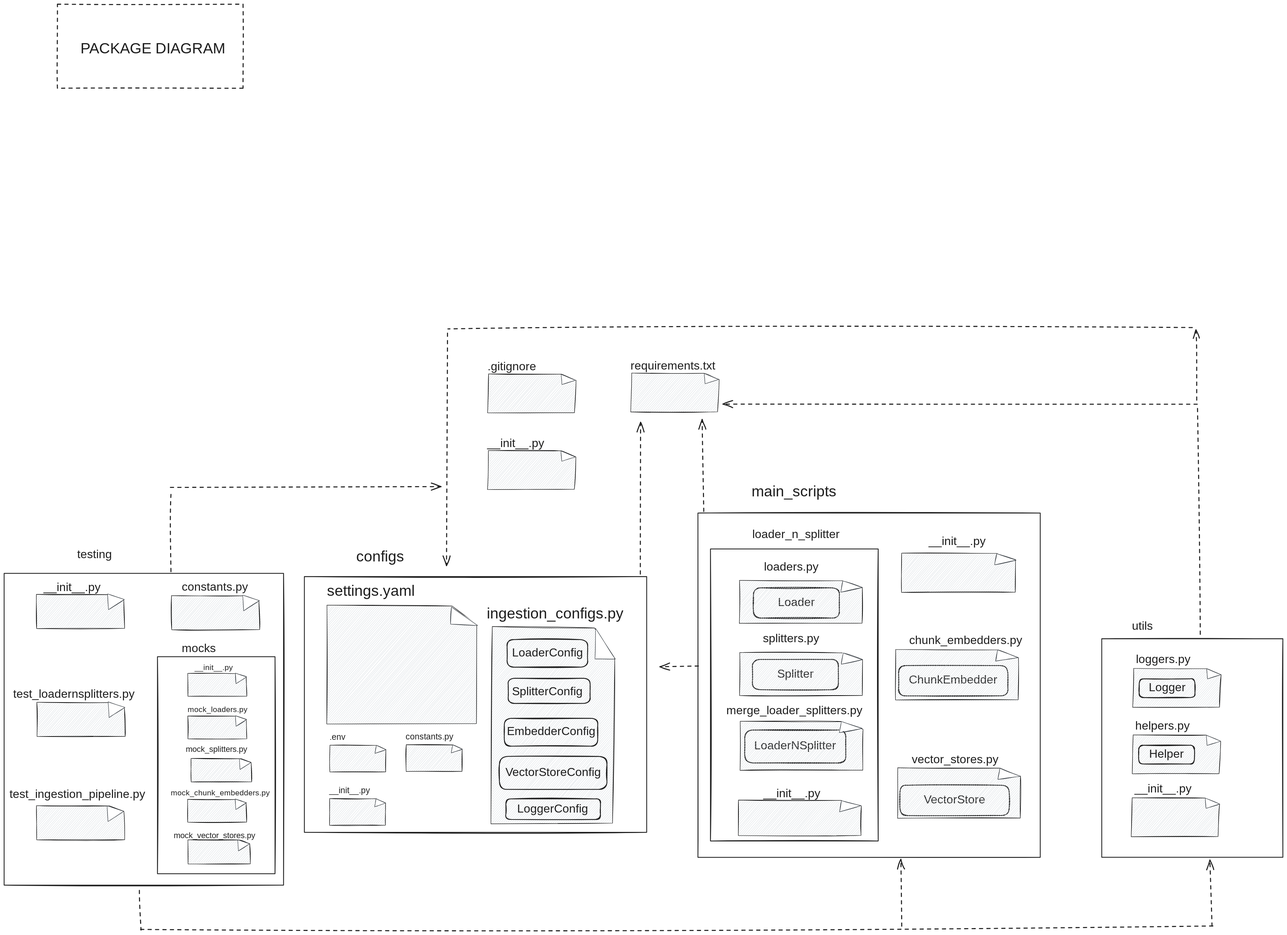
Before: docs/ingestion/package_dia.svg, a diagram exported from Excalidraw (S-a-t-y-aa-y-t-a-S/simple_rag). Source tidied: one line per element, renumbered; positions are measured from the earlier drawing's top-left corner, leaving out a move shared by most shapes.
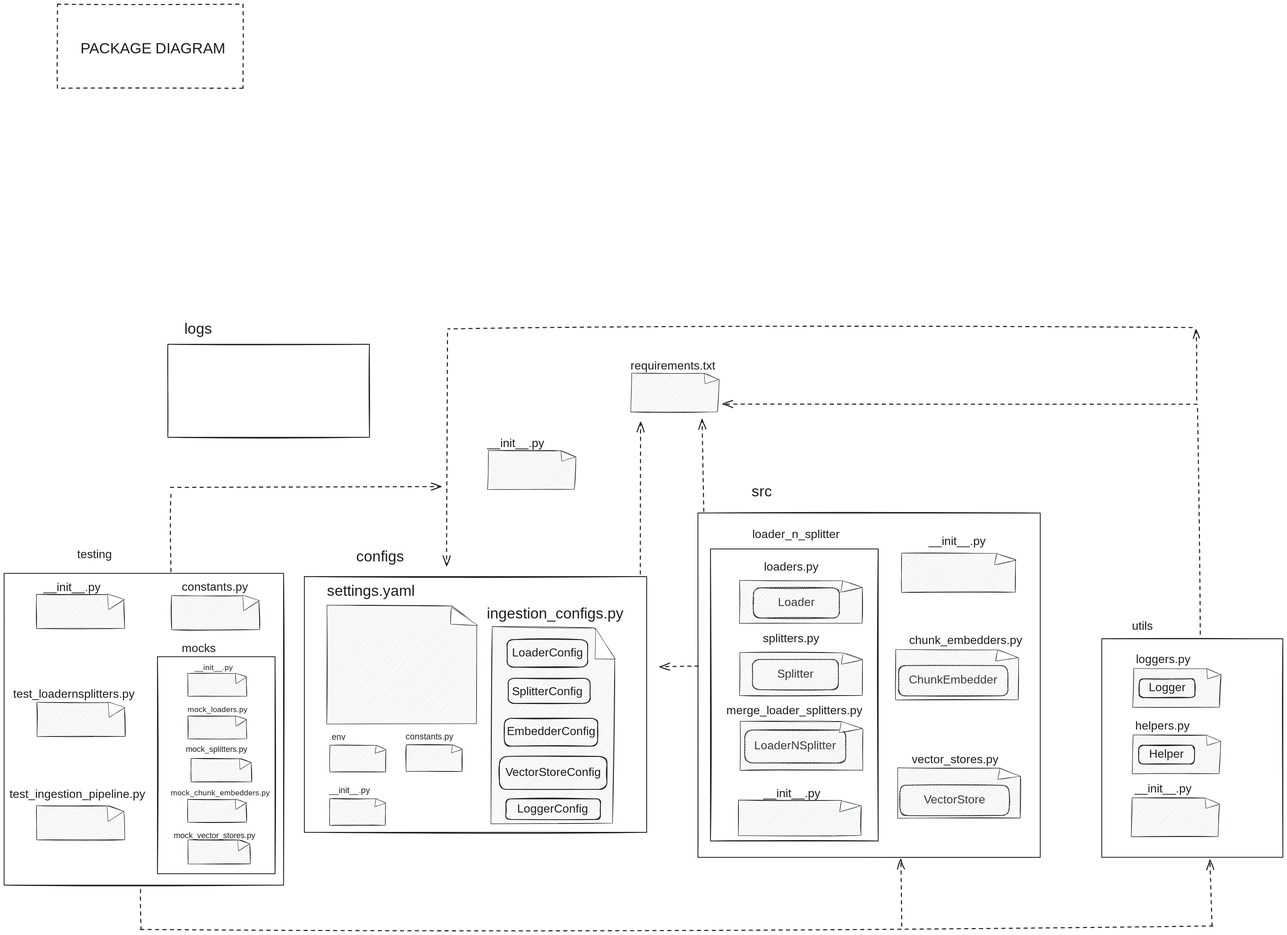
The same file after the commit.

What changed in the source:
```diff
@@ -12,7 +12,7 @@
 {"id": 11, "type": "line", "strokeColor": "#343a40", "backgroundColor": "white", "fillStyle": "solid", "strokeWidth": 1, "roughness": 1, "x": 290, "y": 1958, "width": 41, "height": 38, "points": [[0, 0], [-38, 25], [-41, -14], [0, 0]]}
 {"id": 12, "type": "line", "strokeColor": "#343a40", "backgroundColor": "white", "fillStyle": "solid", "strokeWidth": 1, "roughness": 1, "x": 595, "y": 2037, "width": 29, "height": 27, "points": [[0, 0], [-27, 17], [-29, -10], [0, 0]]}
 {"id": 13, "type": "rectangle", "strokeColor": "#1e1e1e", "strokeWidth": 2, "roughness": 1, "x": 1682, "y": 1235, "width": 830, "height": 835}
-{"id": 14, "type": "text", "text": "main_scripts\n", "strokeColor": "#1e1e1e", "strokeWidth": 2, "roughness": 1, "fontSize": 36, "fontFamily": 5, "x": 1812, "y": 1163, "width": 217, "height": 90}
+{"id": 14, "type": "text", "text": "src", "strokeColor": "#1e1e1e", "strokeWidth": 2, "roughness": 1, "fontSize": 36, "fontFamily": 5, "x": 1812, "y": 1163, "width": 53, "height": 45}
 {"id": 15, "type": "rectangle", "strokeColor": "#1e1e1e", "strokeWidth": 2, "roughness": 1, "x": 1713, "y": 1322, "width": 407, "height": 708}
 {"id": 16, "type": "text", "text": "loader_n_splitter", "strokeColor": "#1e1e1e", "strokeWidth": 2, "roughness": 1, "fontSize": 28, "fontFamily": 5, "x": 1814, "y": 1271, "width": 236, "height": 35}
 {"id": 17, "type": "text", "text": "__init__.py", "strokeColor": "#1e1e1e", "strokeWidth": 2, "roughness": 1, "fontSize": 28, "fontFamily": 5, "x": 1841, "y": 1899, "width": 156, "height": 35}
@@ -78,7 +78,7 @@
 {"id": 77, "type": "line", "strokeColor": "#000000", "backgroundColor": "#ced4da", "fillStyle": "hachure", "strokeWidth": 1, "roughness": 1, "x": 1519, "y": 989, "width": 214, "height": 95, "points": [[0, 0], [211, 0], [214, -79], [179, -94], [2, -95], [0, 0]]}
 {"id": 78, "type": "line", "strokeColor": "#343a40", "backgroundColor": "white", "fillStyle": "solid", "strokeWidth": 1, "roughness": 1, "x": 1732, "y": 911, "width": 35, "height": 25, "points": [[0, 0], [-33, 10], [-35, -15], [0, 0]]}
 {"id": 79, "type": "text", "text": "requirements.txt", "strokeColor": "#1e1e1e", "strokeWidth": 2, "strokeStyle": "dashed", "roughness": 1, "fontSize": 28, "fontFamily": 5, "x": 1519, "y": 862, "width": 224, "height": 35}
-{"id": 80, "type": "line", "strokeColor": "#1e1e1e", "strokeWidth": 2, "strokeStyle": "dashed", "roughness": 1, "x": 328, "y": 2150, "width": 4, "height": 96, "points": [[0, 0], [4, 96]]}
+{"id": 80, "type": "line", "strokeColor": "#1e1e1e", "strokeWidth": 2, "strokeStyle": "dashed", "roughness": 1, "x": 331, "y": 2148, "width": 1, "height": 98, "points": [[0, 0], [1, 98]]}
 {"id": 81, "type": "line", "strokeColor": "#1e1e1e", "strokeWidth": 2, "strokeStyle": "dashed", "roughness": 1, "x": 331, "y": 2245, "width": 2603, "height": 8, "points": [[0, 0], [2603, -8]]}
 {"id": 82, "type": "arrow", "strokeColor": "#1e1e1e", "strokeWidth": 2, "strokeStyle": "dashed", "roughness": 1, "endArrowhead": "arrow", "round": true, "to": 70, "x": 2929, "y": 2236, "width": 4, "height": 161, "points": [[0, 0], [-4, -161]]}
 {"id": 83, "type": "arrow", "strokeColor": "#1e1e1e", "strokeWidth": 2, "strokeStyle": "dashed", "roughness": 1, "endArrowhead": "arrow", "round": true, "x": 1075, "y": 798, "width": 3, "height": 563, "points": [[0, 0], [-3, 563]]}
@@ -125,9 +125,8 @@
 {"id": 124, "type": "text", "text": "constants.py", "strokeColor": "#1e1e1e", "strokeWidth": 2, "roughness": 1, "fontSize": 20.29, "fontFamily": 5, "x": 974, "y": 1766, "width": 127, "height": 25}
 {"id": 125, "type": "line", "strokeColor": "#000000", "backgroundColor": "#ced4da", "fillStyle": "hachure", "strokeWidth": 1, "roughness": 1, "x": 975, "y": 1862, "width": 136, "height": 65, "points": [[0, 0], [135, 0], [136, -54], [113, -65], [0, -65], [0, 0]]}
 {"id": 126, "type": "line", "strokeColor": "#343a40", "backgroundColor": "white", "fillStyle": "solid", "strokeWidth": 1, "roughness": 1, "x": 1111, "y": 1808, "width": 27, "height": 20, "points": [[0, 0], [-27, 9], [-23, -11], [0, 0]]}
-{"id": 127, "type": "line", "strokeColor": "#000000", "backgroundColor": "#ced4da", "fillStyle": "hachure", "strokeWidth": 1, "roughness": 1, "x": 1172, "y": 991, "width": 214, "height": 95, "points": [[0, 0], [211, 0], [214, -79], [179, -94], [2, -95], [0, 0]]}
-{"id": 128, "type": "line", "strokeColor": "#343a40", "backgroundColor": "white", "fillStyle": "solid", "strokeWidth": 1, "roughness": 1, "x": 1385, "y": 913, "width": 35, "height": 25, "points": [[0, 0], [-33, 10], [-35, -15], [0, 0]]}
-{"id": 129, "type": "text", "text": ".gitignore", "strokeColor": "#1e1e1e", "strokeWidth": 2, "strokeStyle": "dashed", "roughness": 1, "fontSize": 28, "fontFamily": 5, "x": 1172, "y": 864, "width": 125, "height": 35}
 {"id": 130, "type": "line", "strokeColor": "#000000", "backgroundColor": "#ced4da", "fillStyle": "hachure", "strokeWidth": 1, "roughness": 1, "x": 1172, "y": 1177, "width": 214, "height": 95, "points": [[0, 0], [211, 0], [214, -79], [179, -94], [2, -95], [0, 0]]}
 {"id": 131, "type": "line", "strokeColor": "#343a40", "backgroundColor": "white", "fillStyle": "solid", "strokeWidth": 1, "roughness": 1, "x": 1385, "y": 1099, "width": 35, "height": 25, "points": [[0, 0], [-33, 10], [-35, -15], [0, 0]]}
 {"id": 132, "type": "text", "text": "__init__.py", "strokeColor": "#1e1e1e", "strokeWidth": 2, "strokeStyle": "dashed", "roughness": 1, "fontSize": 28, "fontFamily": 5, "x": 1171, "y": 1050, "width": 156, "height": 35}
+{"id": 133, "type": "rectangle", "strokeColor": "#1e1e1e", "strokeWidth": 2, "roughness": 1, "x": 397, "y": 825, "width": 489, "height": 226}
+{"id": 134, "type": "text", "text": "logs", "strokeColor": "#1e1e1e", "strokeWidth": 2, "roughness": 1, "fontSize": 35.94, "fontFamily": 5, "x": 437, "y": 768, "width": 69, "height": 45}
```
